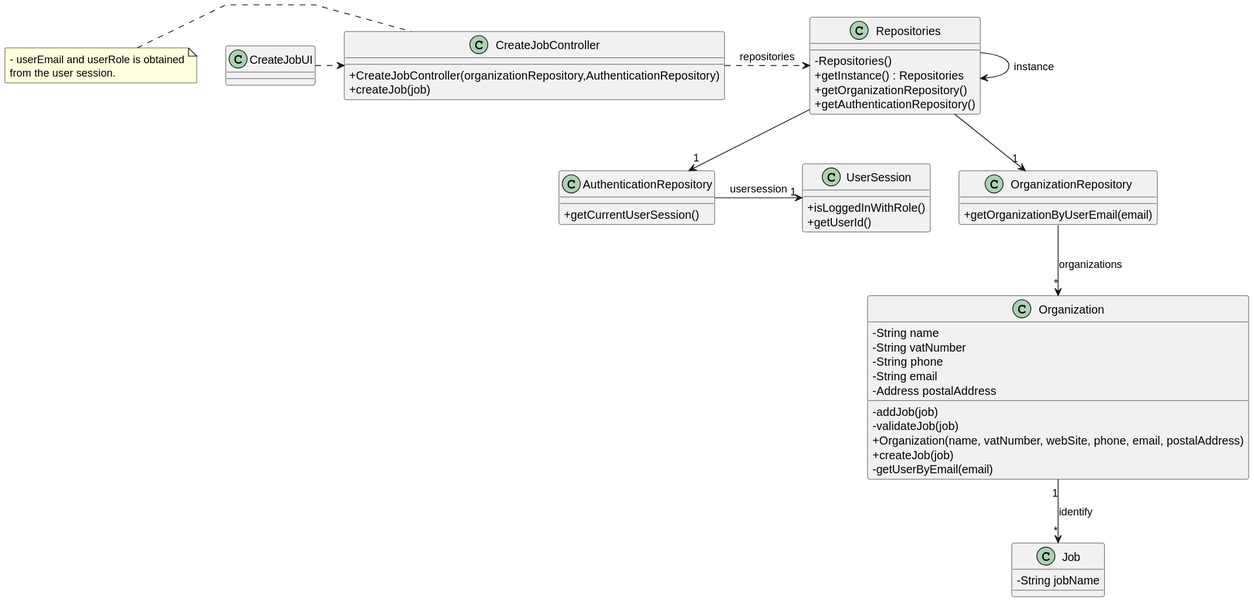
The PlantUML diagram docs/sprintC/us002/03.design/svg/us002-class-diagram.svg in Mendoncaa/LAPR2, before a commit.
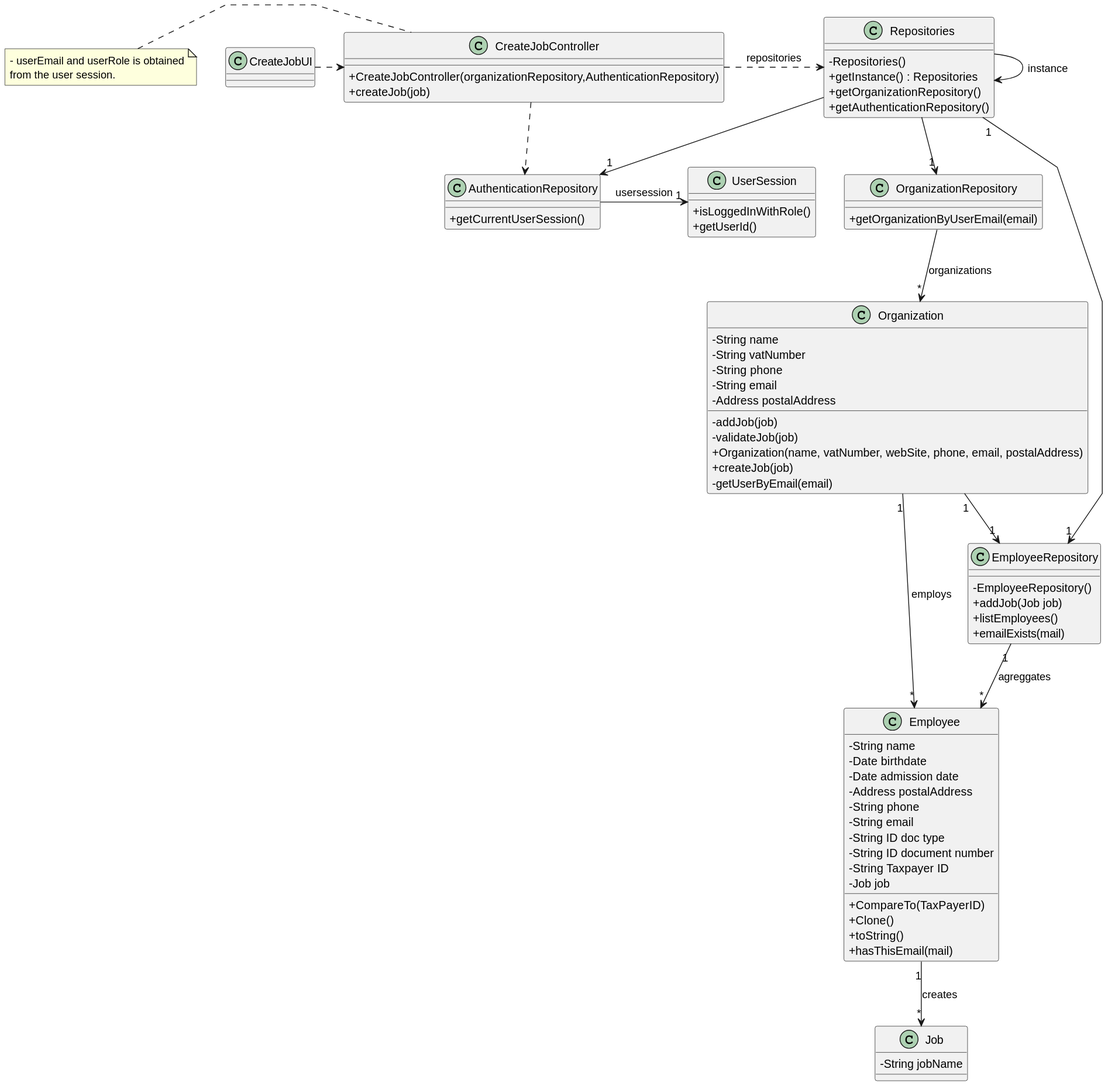
After the change.

What changed in the source:
```diff
@@ -50,6 +50,29 @@
     + getOrganizationRepository()
     + getAuthenticationRepository()
 }
+class Employee {
+    - String name
+    - Date birthdate
+    - Date admission date
+    - Address postalAddress
+    - String phone
+    - String email
+    - String ID doc type
+    - String ID document number
+    - String Taxpayer ID
+    - Job job
+    + CompareTo(TaxPayerID)
+    + Clone()
+    + toString()
+    + hasThisEmail(mail)
+}
+
+class EmployeeRepository{
+    -EmployeeRepository()
+    +addJob(Job job)
+    +listEmployees()
+    +emailExists(mail)
+}
 
 class CreateJobController {
     + CreateJobController(organizationRepository,AuthenticationRepository)
@@ -73,5 +96,10 @@
 OrganizationRepository --> "*" Organization : organizations
 AuthenticationRepository -> "1" UserSession : usersession
 Repositories --> "1" AuthenticationRepository
-Organization "1" --> "*" Job : identify
+Employee "1" --> "*" Job : creates
+Repositories "1" --> "1" EmployeeRepository
+Organization "1" --> "*" Employee : employs
+EmployeeRepository "1" --> "*" Employee : agreggates
+CreateJobController .> AuthenticationRepository
+Organization "1" --> "1" EmployeeRepository
 @enduml
```
